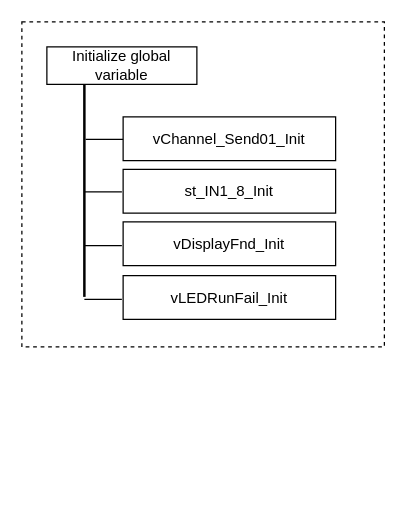
The draw.io diagram page "IO - OUTPUT 글로벌 변수 초기화" (3 of 5) of EABS/Document_Pack/Design/OUTPUT/eabs_output_hierarchy.drawio in chillin2/MyDraw.io, before the edit. Source tidied: cells renumbered, new cells numbered last; positions are measured from the earlier drawing's top-left corner, leaving out a move shared by most shapes. Both pictures are drawn from the tidied source at 125%, with x=0, y=0 at pixel (21, 21).
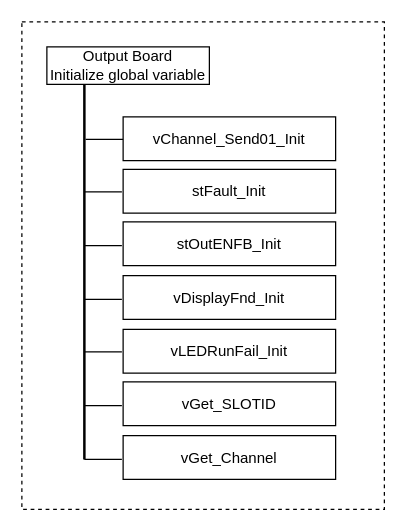
The same page after the edit.

Diff of the diagram source:
```diff
@@
     <mxCell id="2" style="rounded=0;whiteSpace=wrap;html=1;dashed=1;" parent="1" vertex="1">
-      <mxGeometry width="290" height="260" as="geometry" />
+      <mxGeometry width="290" height="390" as="geometry" />
     </mxCell>
@@
-    <mxCell id="4" value="st_IN1_8_Init" style="rounded=0;whiteSpace=wrap;html=1;" parent="1" vertex="1">
+    <mxCell id="4" value="stFault_Init" style="rounded=0;whiteSpace=wrap;html=1;" parent="1" vertex="1">
       <mxGeometry x="81" y="118" width="170" height="35" as="geometry" />
     </mxCell>
-    <mxCell id="5" value="vDisplayFnd_Init" style="rounded=0;whiteSpace=wrap;html=1;" parent="1" vertex="1">
+    <mxCell id="5" value="stOutENFB_Init" style="rounded=0;whiteSpace=wrap;html=1;" parent="1" vertex="1">
       <mxGeometry x="81" y="160" width="170" height="35" as="geometry" />
     </mxCell>
-    <mxCell id="6" value="vLEDRunFail_Init" style="rounded=0;whiteSpace=wrap;html=1;" parent="1" vertex="1">
+    <mxCell id="6" value="vDisplayFnd_Init" style="rounded=0;whiteSpace=wrap;html=1;" parent="1" vertex="1">
       <mxGeometry x="81" y="203" width="170" height="35" as="geometry" />
     </mxCell>
-    <mxCell id="7" value="Initialize global variable" style="rounded=0;whiteSpace=wrap;html=1;" parent="1" vertex="1">
-      <mxGeometry x="20" y="20" width="120" height="30" as="geometry" />
+    <mxCell id="7" value="Output Board&lt;br&gt;Initialize global variable" style="rounded=0;whiteSpace=wrap;html=1;" parent="1" vertex="1">
+      <mxGeometry x="20" y="20" width="130" height="30" as="geometry" />
     </mxCell>
     <mxCell id="8" style="endArrow=none;html=1;rounded=0;strokeWidth=2;" parent="1" edge="1">
       <mxGeometry relative="1" as="geometry">
-        <mxPoint x="50" y="220" as="sourcePoint" />
+        <mxPoint x="50" y="350" as="sourcePoint" />
         <mxPoint x="50" y="50" as="targetPoint" />
       </mxGeometry>
     </mxCell>
@@
+    <mxCell id="13" value="vLEDRunFail_Init" style="rounded=0;whiteSpace=wrap;html=1;" parent="1" vertex="1">
+      <mxGeometry x="81" y="246" width="170" height="35" as="geometry" />
+    </mxCell>
+    <mxCell id="14" value="vGet_SLOTID" style="rounded=0;whiteSpace=wrap;html=1;" parent="1" vertex="1">
+      <mxGeometry x="81" y="288" width="170" height="35" as="geometry" />
+    </mxCell>
+    <mxCell id="15" value="vGet_Channel" style="rounded=0;whiteSpace=wrap;html=1;" parent="1" vertex="1">
+      <mxGeometry x="81" y="331" width="170" height="35" as="geometry" />
+    </mxCell>
+    <mxCell id="16" style="endArrow=none;html=1;rounded=0;" parent="1" edge="1">
+      <mxGeometry relative="1" as="geometry">
+        <mxPoint x="50" y="350" as="sourcePoint" />
+        <mxPoint x="80" y="350" as="targetPoint" />
+      </mxGeometry>
+    </mxCell>
+    <mxCell id="17" style="endArrow=none;html=1;rounded=0;" parent="1" edge="1">
+      <mxGeometry relative="1" as="geometry">
+        <mxPoint x="50" y="307" as="sourcePoint" />
+        <mxPoint x="80" y="307" as="targetPoint" />
+      </mxGeometry>
+    </mxCell>
+    <mxCell id="18" style="endArrow=none;html=1;rounded=0;" parent="1" edge="1">
+      <mxGeometry relative="1" as="geometry">
+        <mxPoint x="50" y="264" as="sourcePoint" />
+        <mxPoint x="80" y="264" as="targetPoint" />
+      </mxGeometry>
+    </mxCell>
```
